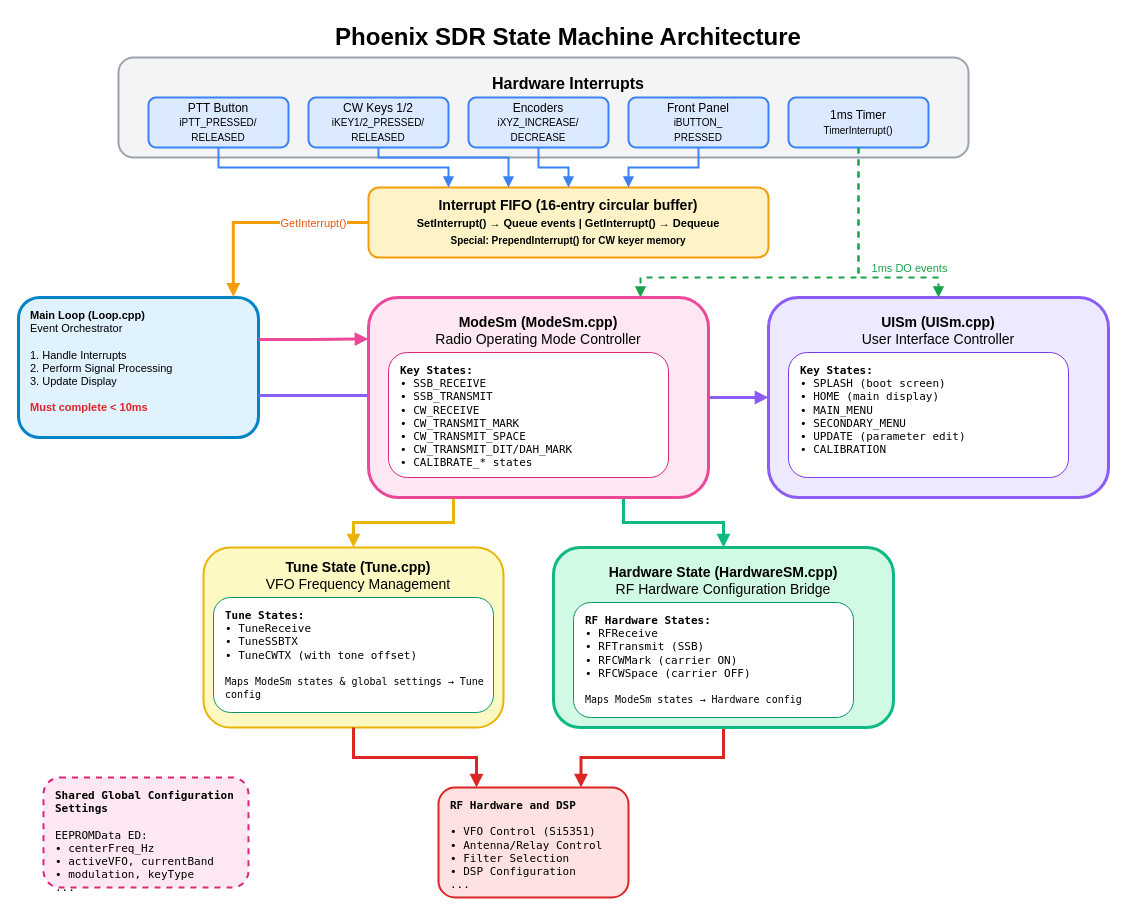
The draw.io diagram images/state_machine_architecture.drawio in KI3P/Phoenix, before the edit. Source tidied: cells renumbered, new cells numbered last; positions are measured from the earlier drawing's top-left corner, leaving out a move shared by most shapes. Both pictures are drawn from the tidied source at 100%, with x=0, y=0 at pixel (18, 17).
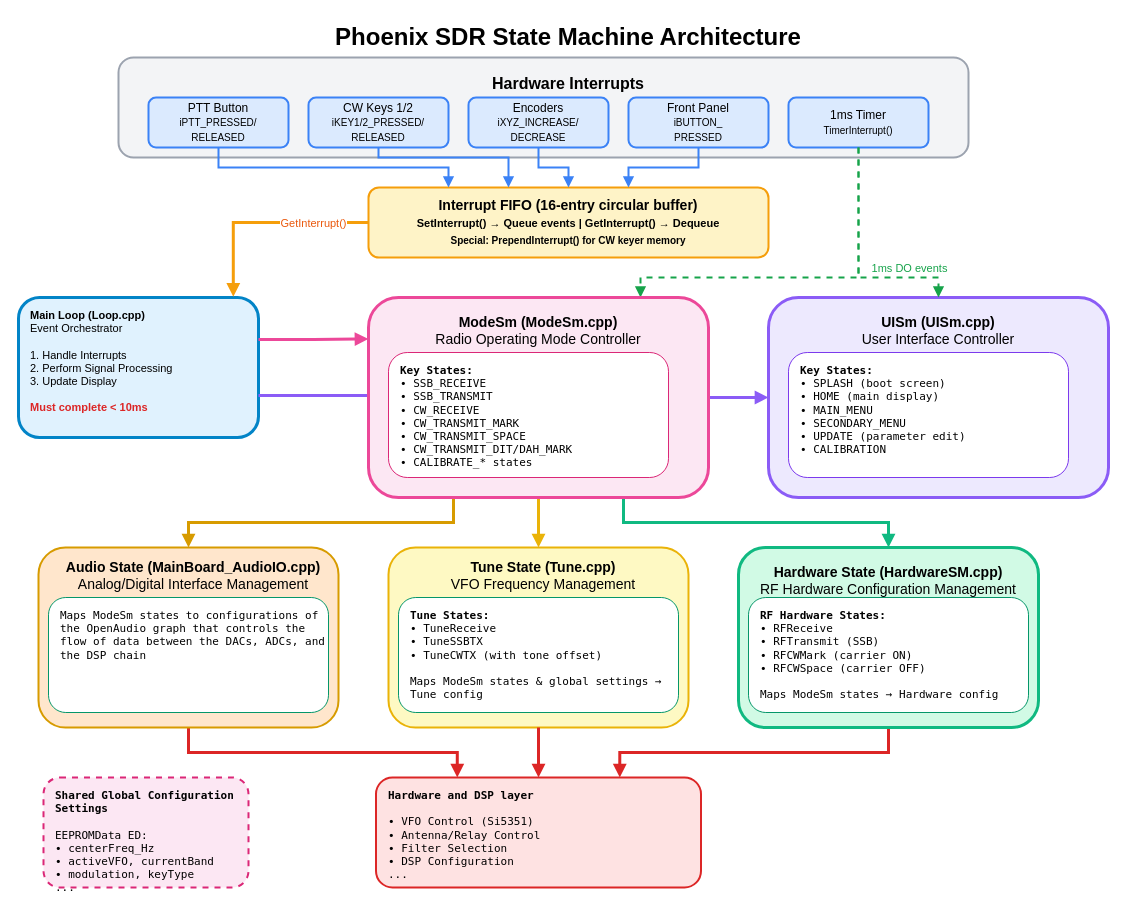
The same page after the edit.

Unchanged cells that the change refers to:
```xml
<mxCell id="34" value="&lt;b&gt;ModeSm (ModeSm.cpp)&lt;/b&gt;&lt;br&gt;Radio Operating Mode Controller" style="rounded=1;whiteSpace=wrap;html=1;fillColor=#fce7f3;strokeColor=#ec4899;strokeWidth=3;fontSize=14;verticalAlign=top;spacingTop=10;" parent="1" vertex="1">
  <mxGeometry x="350" y="280" width="340" height="200" as="geometry" />
</mxCell>
```

Change to the diagram source:
```diff
@@
-    <mxCell id="26" value="&lt;b&gt;Hardware State (HardwareSM.cpp)&lt;/b&gt;&lt;br&gt;RF Hardware Configuration Bridge" style="rounded=1;whiteSpace=wrap;html=1;fillColor=#d1fae5;strokeColor=#10b981;strokeWidth=3;fontSize=14;verticalAlign=top;spacingTop=10;" parent="1" vertex="1">
-      <mxGeometry x="535" y="530" width="340" height="180" as="geometry" />
+    <mxCell id="26" value="&lt;b&gt;Hardware State (HardwareSM.cpp)&lt;/b&gt;&lt;br&gt;RF Hardware Configuration Management" style="rounded=1;whiteSpace=wrap;html=1;fillColor=#d1fae5;strokeColor=#10b981;strokeWidth=3;fontSize=14;verticalAlign=top;spacingTop=10;" parent="1" vertex="1">
+      <mxGeometry x="720" y="530" width="300" height="180" as="geometry" />
     </mxCell>
-    <mxCell id="27" value="&lt;b&gt;RF Hardware States:&lt;/b&gt;&lt;br&gt;• RFReceive&lt;br&gt;• RFTransmit (SSB)&lt;br&gt;• RFCWMark (carrier ON)&lt;br&gt;• RFCWSpace (carrier OFF)&lt;br&gt;&lt;br&gt;&lt;font style=&quot;font-size:10px&quot;&gt;Maps ModeSm states → Hardware config&lt;/font&gt;" style="rounded=1;whiteSpace=wrap;html=1;fillColor=#ffffff;strokeColor=#059669;strokeWidth=1;fontSize=11;align=left;verticalAlign=top;spacingLeft=10;spacingTop=5;fontFamily=monospace;" parent="1" vertex="1">
-      <mxGeometry x="555" y="585" width="280" height="115" as="geometry" />
+    <mxCell id="27" value="&lt;b&gt;RF Hardware States:&lt;/b&gt;&lt;br&gt;• RFReceive&lt;br&gt;• RFTransmit (SSB)&lt;br&gt;• RFCWMark (carrier ON)&lt;br&gt;• RFCWSpace (carrier OFF)&lt;br&gt;&lt;br&gt;&lt;font&gt;Maps ModeSm states → Hardware config&lt;/font&gt;" style="rounded=1;whiteSpace=wrap;html=1;fillColor=#ffffff;strokeColor=#059669;strokeWidth=1;fontSize=11;align=left;verticalAlign=top;spacingLeft=10;spacingTop=5;fontFamily=monospace;" parent="1" vertex="1">
+      <mxGeometry x="730" y="580" width="280" height="115" as="geometry" />
     </mxCell>
@@
     <mxCell id="29" value="&lt;b style=&quot;font-family: Helvetica; font-size: 14px;&quot;&gt;Tune State (Tune.cpp)&lt;/b&gt;&lt;br style=&quot;font-family: Helvetica; font-size: 14px;&quot;&gt;&lt;span style=&quot;font-family: Helvetica; font-size: 14px;&quot;&gt;VFO Frequency Management&lt;/span&gt;" style="rounded=1;whiteSpace=wrap;html=1;fillColor=#fef9c3;strokeColor=#eab308;strokeWidth=2;fontSize=11;align=center;verticalAlign=top;spacingLeft=10;spacingTop=5;fontFamily=monospace;" parent="1" vertex="1">
-      <mxGeometry x="185" y="530" width="300" height="180" as="geometry" />
+      <mxGeometry x="370" y="530" width="300" height="180" as="geometry" />
     </mxCell>
-    <mxCell id="30" value="&lt;b&gt;RF Hardware and DSP&lt;/b&gt;&lt;br&gt;&lt;br&gt;• VFO Control (Si5351)&lt;br&gt;• Antenna/Relay Control&lt;br&gt;• Filter Selection&lt;br&gt;• DSP Configuration&lt;div&gt;...&lt;/div&gt;" style="rounded=1;whiteSpace=wrap;html=1;fillColor=#fee2e2;strokeColor=#dc2626;strokeWidth=2;fontSize=11;align=left;verticalAlign=top;spacingLeft=10;spacingTop=5;fontFamily=monospace;" parent="1" vertex="1">
-      <mxGeometry x="420" y="770" width="190" height="110" as="geometry" />
+    <mxCell id="30" value="&lt;b&gt;Hardware and DSP layer&lt;/b&gt;&lt;div&gt;&lt;b&gt;&lt;br&gt;&lt;/b&gt;• VFO Control (Si5351)&lt;br&gt;• Antenna/Relay Control&lt;br&gt;• Filter Selection&lt;br&gt;• DSP Configuration&lt;div&gt;...&lt;/div&gt;&lt;/div&gt;" style="rounded=1;whiteSpace=wrap;html=1;fillColor=#fee2e2;strokeColor=#dc2626;strokeWidth=2;fontSize=11;align=left;verticalAlign=top;spacingLeft=10;spacingTop=5;fontFamily=monospace;" parent="1" vertex="1">
+      <mxGeometry x="357.5" y="760" width="325" height="110" as="geometry" />
     </mxCell>
-    <mxCell id="31" style="edgeStyle=orthogonalEdgeStyle;rounded=0;jettySize=auto;html=1;exitX=0.5;exitY=1;exitDx=0;exitDy=0;entryX=0.2;entryY=0;entryDx=0;entryDy=0;strokeColor=#dc2626;strokeWidth=3;endArrow=block;endFill=1;" parent="1" edge="1" source="29" target="30">
+    <mxCell id="31" style="edgeStyle=orthogonalEdgeStyle;rounded=0;jettySize=auto;html=1;exitX=0.5;exitY=1;exitDx=0;exitDy=0;entryX=0.5;entryY=0;entryDx=0;entryDy=0;strokeColor=#dc2626;strokeWidth=3;endArrow=block;endFill=1;" parent="1" edge="1" source="29" target="30">
       <mxGeometry relative="1" as="geometry" />
     </mxCell>
@@
-    <mxCell id="33" style="edgeStyle=orthogonalEdgeStyle;rounded=0;jettySize=auto;html=1;exitX=0.25;exitY=1;exitDx=0;exitDy=0;entryX=0.5;entryY=0;entryDx=0;entryDy=0;strokeColor=#eab308;strokeWidth=3;align=center;verticalAlign=middle;fontFamily=Helvetica;fontSize=11;fontColor=default;labelBackgroundColor=default;endArrow=block;endFill=1;" parent="1" edge="1" source="34" target="29">
+    <mxCell id="33" style="edgeStyle=orthogonalEdgeStyle;rounded=0;jettySize=auto;html=1;exitX=0.5;exitY=1;exitDx=0;exitDy=0;entryX=0.5;entryY=0;entryDx=0;entryDy=0;strokeColor=#eab308;strokeWidth=3;align=center;verticalAlign=middle;fontFamily=Helvetica;fontSize=11;fontColor=default;labelBackgroundColor=default;endArrow=block;endFill=1;" parent="1" edge="1" source="34" target="29">
       <mxGeometry relative="1" as="geometry" />
     </mxCell>
+    <mxCell id="37" style="edgeStyle=orthogonalEdgeStyle;rounded=0;jettySize=auto;html=1;exitX=0.25;exitY=1;exitDx=0;exitDy=0;entryX=0.5;entryY=0;entryDx=0;entryDy=0;strokeColor=#d79b00;strokeWidth=3;align=center;verticalAlign=middle;fontFamily=Helvetica;fontSize=11;fontColor=default;labelBackgroundColor=default;endArrow=block;endFill=1;fillColor=#ffe6cc;" parent="1" edge="1" source="34" target="39">
+      <mxGeometry relative="1" as="geometry" />
+    </mxCell>
@@
-    <mxCell id="36" value="&lt;b&gt;Tune States:&lt;/b&gt;&lt;br&gt;• TuneReceive&lt;br&gt;• TuneSSBTX&lt;br&gt;• TuneCWTX (with tone offset)&lt;br&gt;&lt;br&gt;&lt;font style=&quot;font-size:10px&quot;&gt;Maps ModeSm states &amp;amp;&amp;nbsp;&lt;/font&gt;&lt;span style=&quot;font-size: 10px; background-color: transparent; color: light-dark(rgb(0, 0, 0), rgb(255, 255, 255));&quot;&gt;global settings → Tune config&lt;/span&gt;" style="rounded=1;whiteSpace=wrap;html=1;fillColor=#ffffff;strokeColor=#059669;strokeWidth=1;fontSize=11;align=left;verticalAlign=top;spacingLeft=10;spacingTop=5;fontFamily=monospace;" parent="1" vertex="1">
-      <mxGeometry x="195" y="580" width="280" height="115" as="geometry" />
+    <mxCell id="36" value="&lt;b&gt;Tune States:&lt;/b&gt;&lt;br&gt;• TuneReceive&lt;br&gt;• TuneSSBTX&lt;br&gt;• TuneCWTX (with tone offset)&lt;br&gt;&lt;br&gt;&lt;font&gt;&lt;font style=&quot;&quot;&gt;Maps ModeSm states &amp;amp;&amp;nbsp;&lt;/font&gt;&lt;span style=&quot;background-color: transparent; color: light-dark(rgb(0, 0, 0), rgb(255, 255, 255));&quot;&gt;global settings → Tune config&lt;/span&gt;&lt;/font&gt;" style="rounded=1;whiteSpace=wrap;html=1;fillColor=#ffffff;strokeColor=#059669;strokeWidth=1;fontSize=11;align=left;verticalAlign=top;spacingLeft=10;spacingTop=5;fontFamily=monospace;" parent="1" vertex="1">
+      <mxGeometry x="380" y="580" width="280" height="115" as="geometry" />
     </mxCell>
+    <mxCell id="38" style="edgeStyle=orthogonalEdgeStyle;rounded=0;jettySize=auto;html=1;exitX=0.5;exitY=1;exitDx=0;exitDy=0;entryX=0.25;entryY=0;entryDx=0;entryDy=0;strokeColor=#dc2626;strokeWidth=3;align=center;verticalAlign=middle;fontFamily=Helvetica;fontSize=11;fontColor=default;labelBackgroundColor=default;endArrow=block;endFill=1;" parent="1" edge="1" source="39" target="30">
+      <mxGeometry relative="1" as="geometry" />
+    </mxCell>
+    <mxCell id="39" value="&lt;b style=&quot;font-family: Helvetica; font-size: 14px;&quot;&gt;Audio State (MainBoard_AudioIO.cpp)&lt;/b&gt;&lt;br style=&quot;font-family: Helvetica; font-size: 14px;&quot;&gt;&lt;span style=&quot;font-family: Helvetica; font-size: 14px;&quot;&gt;Analog/Digital Interface Management&lt;/span&gt;" style="rounded=1;whiteSpace=wrap;html=1;fillColor=#ffe6cc;strokeColor=#d79b00;strokeWidth=2;fontSize=11;align=center;verticalAlign=top;spacingLeft=10;spacingTop=5;fontFamily=monospace;" parent="1" vertex="1">
+      <mxGeometry x="20" y="530" width="300" height="180" as="geometry" />
+    </mxCell>
+    <mxCell id="40" value="&lt;font&gt;Maps ModeSm states to configurations of the OpenAudio graph that controls the flow of data between the DACs, ADCs, and the DSP chain&lt;/font&gt;" style="rounded=1;whiteSpace=wrap;html=1;fillColor=#ffffff;strokeColor=#059669;strokeWidth=1;fontSize=11;align=left;verticalAlign=top;spacingLeft=10;spacingTop=5;fontFamily=monospace;" parent="1" vertex="1">
+      <mxGeometry x="30" y="580" width="280" height="115" as="geometry" />
+    </mxCell>
```
